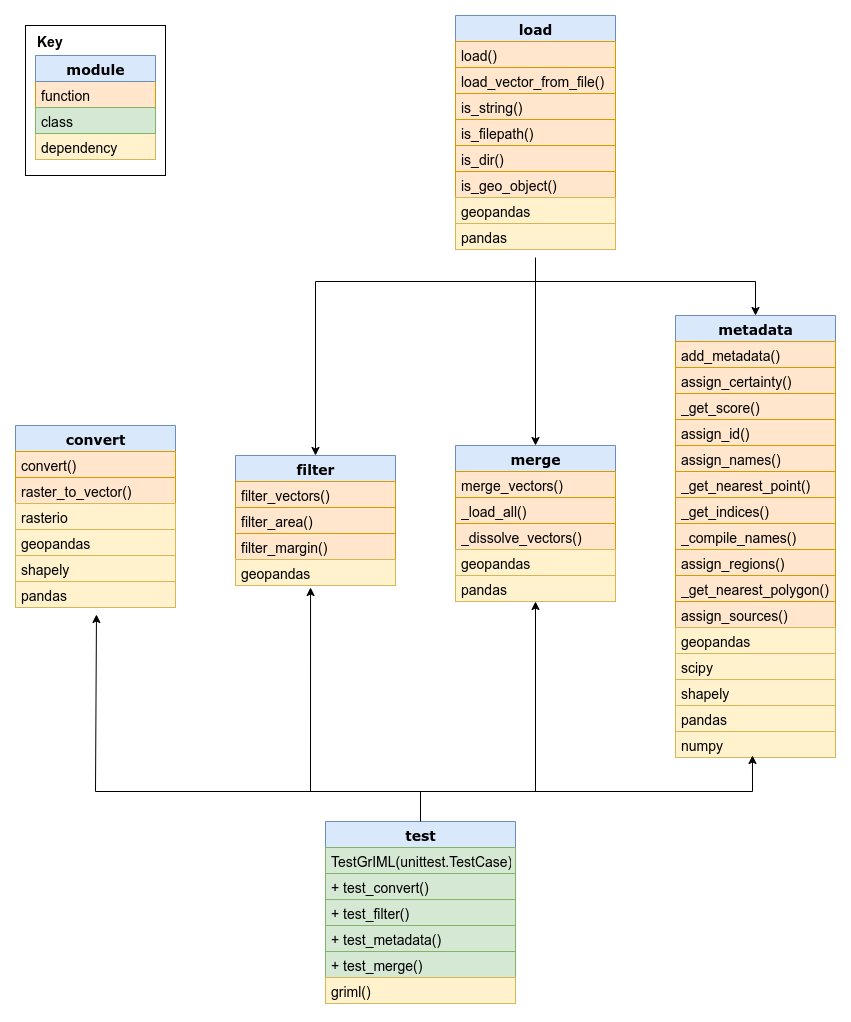
Earlier version of the draw.io export other/reporting/figures/griml_package_structure.png (PennyHow/GrIML). Source tidied: cells renumbered, new cells last; positions are measured from the earlier drawing's top-left corner, leaving out a move shared by most shapes.
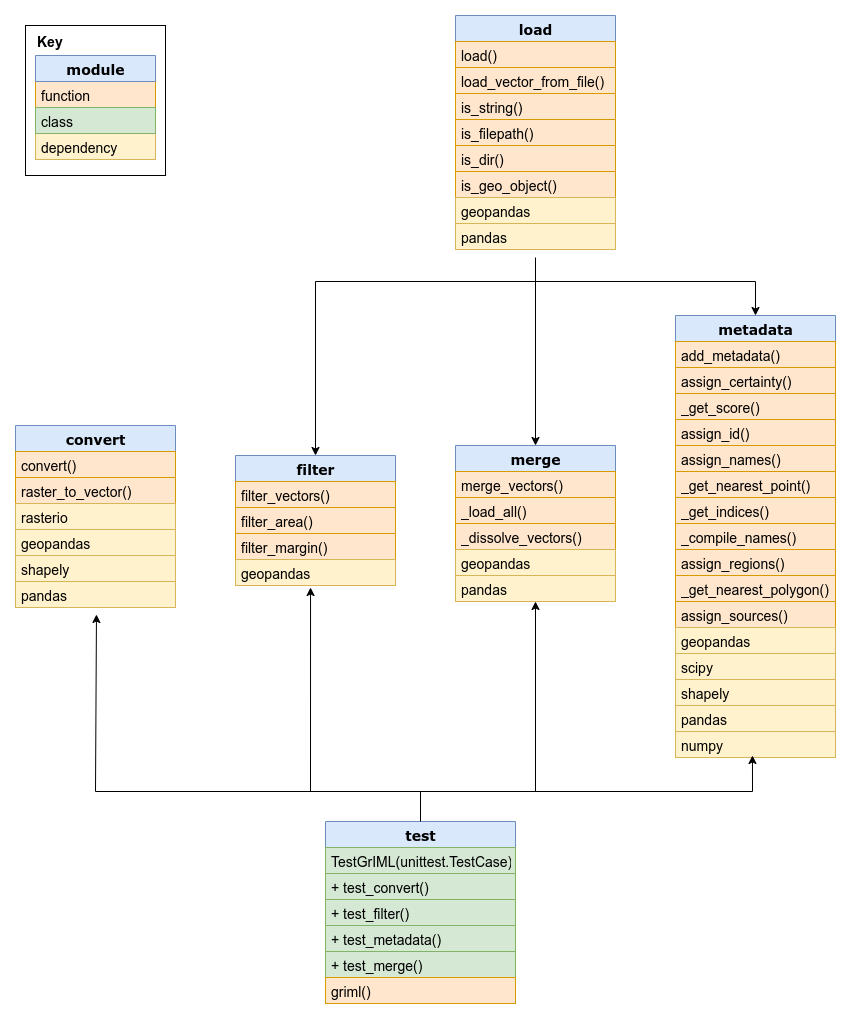
After the commit.

Commit message:
figure modification

The edit, as a diff of the source:
```diff
@@ -155,7 +155,7 @@
     <mxCell id="52" value="+ test_merge()" style="text;html=1;strokeColor=#82b366;fillColor=#d5e8d4;align=left;verticalAlign=top;spacingLeft=4;spacingRight=4;whiteSpace=wrap;overflow=hidden;fontSize=14;" parent="47" vertex="1">
       <mxGeometry y="130" width="190" height="26" as="geometry" />
     </mxCell>
-    <mxCell id="53" value="griml()" style="text;html=1;strokeColor=#d6b656;fillColor=#fff2cc;align=left;verticalAlign=top;spacingLeft=4;spacingRight=4;whiteSpace=wrap;overflow=hidden;fontSize=14;" parent="47" vertex="1">
+    <mxCell id="53" value="griml()" style="text;html=1;strokeColor=#d79b00;fillColor=#ffe6cc;align=left;verticalAlign=top;spacingLeft=4;spacingRight=4;whiteSpace=wrap;overflow=hidden;fontSize=14;" parent="47" vertex="1">
       <mxGeometry y="156" width="190" height="26" as="geometry" />
     </mxCell>
     <mxCell id="54" style="endArrow=classic;html=1;rounded=1;entryX=0.5;entryY=0;entryDx=0;entryDy=0;exitX=0.5;exitY=1.308;exitDx=0;exitDy=0;exitPerimeter=0;curved=0;fontSize=14;" parent="1" edge="1" source="23" target="24">
```
